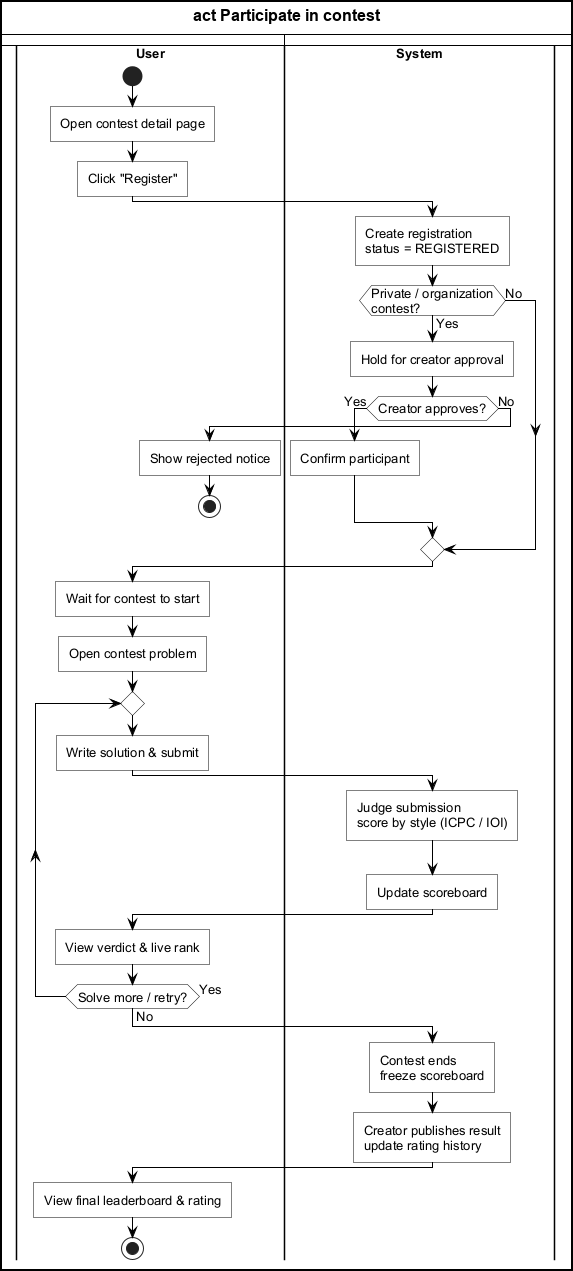
Earlier version of the PlantUML export Thesis/final/figures/activity-participate-contest.png (InfiniteGosi/TDTUOJ). Its source is kept beside it as Thesis/final/figures/activity-participate-contest.puml. Its diagram source:
```plantuml
@startuml activity-participate-contest
skinparam shadowing false
skinparam defaultFontName Arial
skinparam defaultFontSize 13
skinparam roundCorner 0
skinparam ArrowColor #000000
skinparam ActivityBackgroundColor #FFFFFF
skinparam ActivityBorderColor #000000
skinparam ActivityFontColor #000000
skinparam ActivityDiamondBackgroundColor #FFFFFF
skinparam ActivityDiamondBorderColor #000000
skinparam SwimlaneTitleFontStyle bold
skinparam SwimlaneBorderColor #000000

|User|
start
:Open contest detail page;
:Click "Register";
|System|
:Create registration\nstatus = REGISTERED;
if (Private / organization\ncontest?) then (Yes)
  :Hold for creator approval;
  if (Creator approves?) then (Yes)
    :Confirm participant;
  else (No)
    |User|
    :Show rejected notice;
    stop
  endif
else (No)
endif

|User|
:Wait for contest to start;
:Open contest problem;

repeat
  :Write solution & submit;
  |System|
  :Judge submission\nscore by style (ICPC / IOI);
  :Update scoreboard;
  |User|
  :View verdict & live rank;
repeat while (Solve more / retry?) is (Yes) not (No)

|System|
:Contest ends\nfreeze scoreboard;
:Creator publishes result\nupdate rating history;
|User|
:View final leaderboard & rating;
stop
@enduml
```
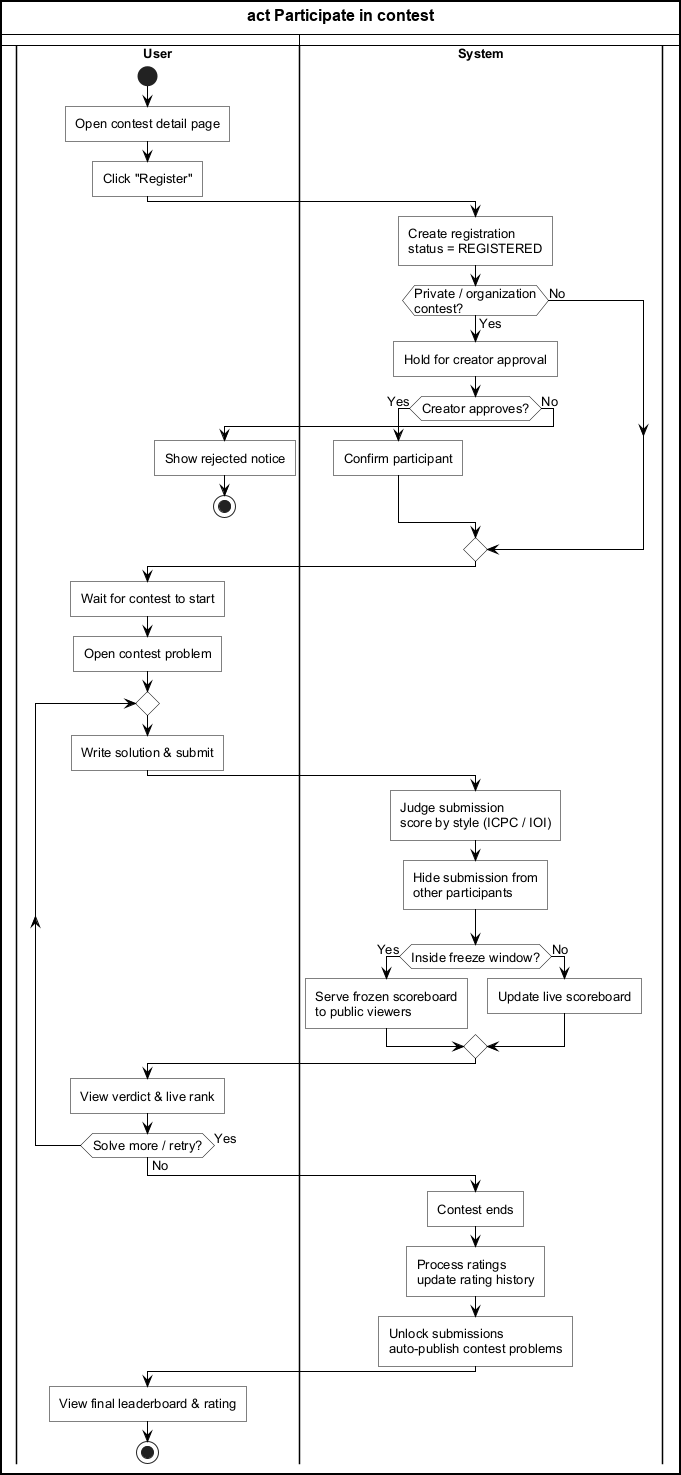
After the commit.

Diff of the diagram source:
```diff
@@ -38,14 +38,20 @@
   :Write solution & submit;
   |System|
   :Judge submission\nscore by style (ICPC / IOI);
-  :Update scoreboard;
+  :Hide submission from\nother participants;
+  if (Inside freeze window?) then (Yes)
+    :Serve frozen scoreboard\nto public viewers;
+  else (No)
+    :Update live scoreboard;
+  endif
   |User|
   :View verdict & live rank;
 repeat while (Solve more / retry?) is (Yes) not (No)
 
 |System|
-:Contest ends\nfreeze scoreboard;
-:Creator publishes result\nupdate rating history;
+:Contest ends;
+:Process ratings\nupdate rating history;
+:Unlock submissions\nauto-publish contest problems;
 |User|
 :View final leaderboard & rating;
 stop
```
